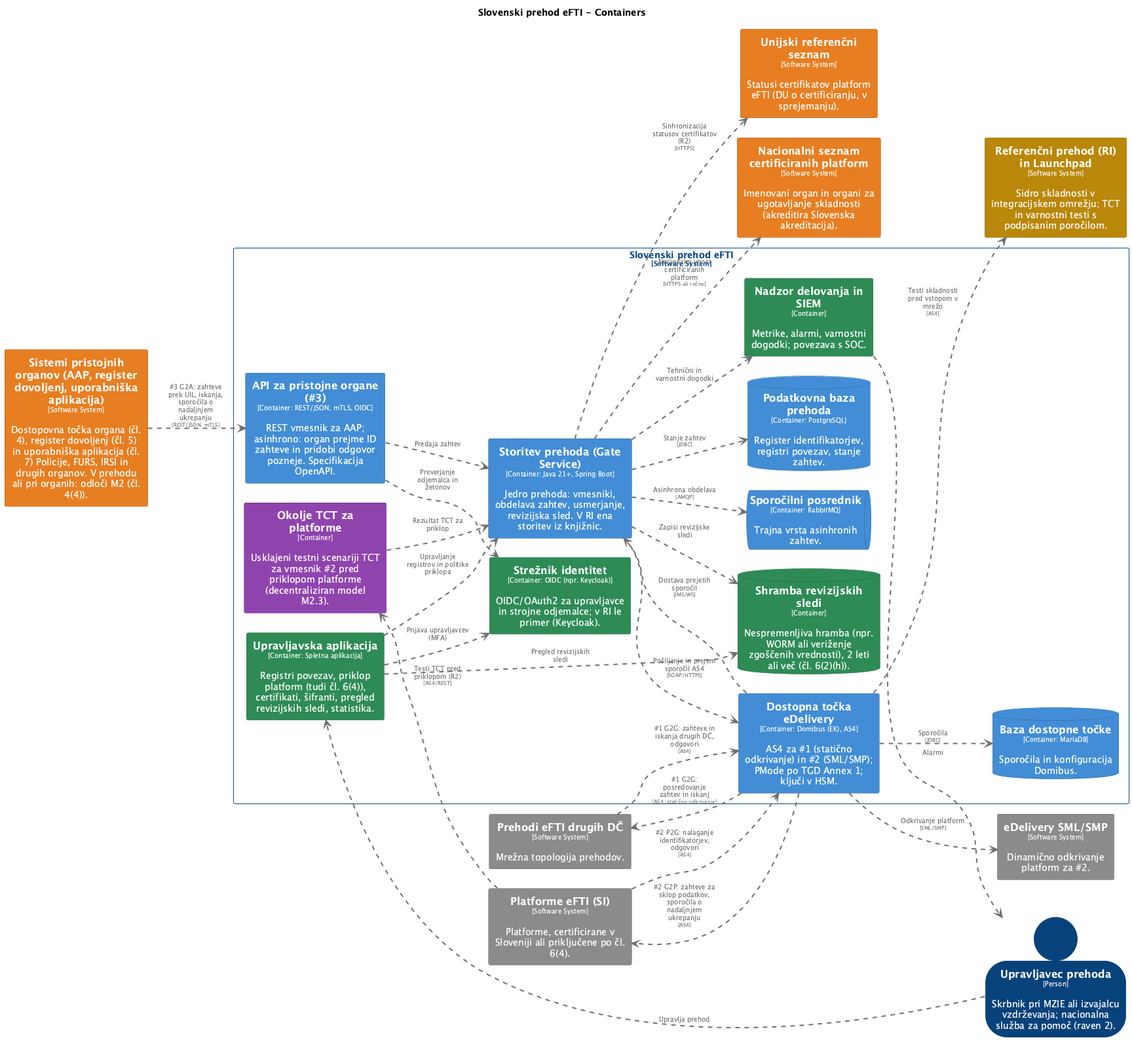
The PlantUML diagram architecture/diagrams/structurizr-C2-Vsebniki.png in UM-KGPI/eFTI-Gate-SI, before a commit.
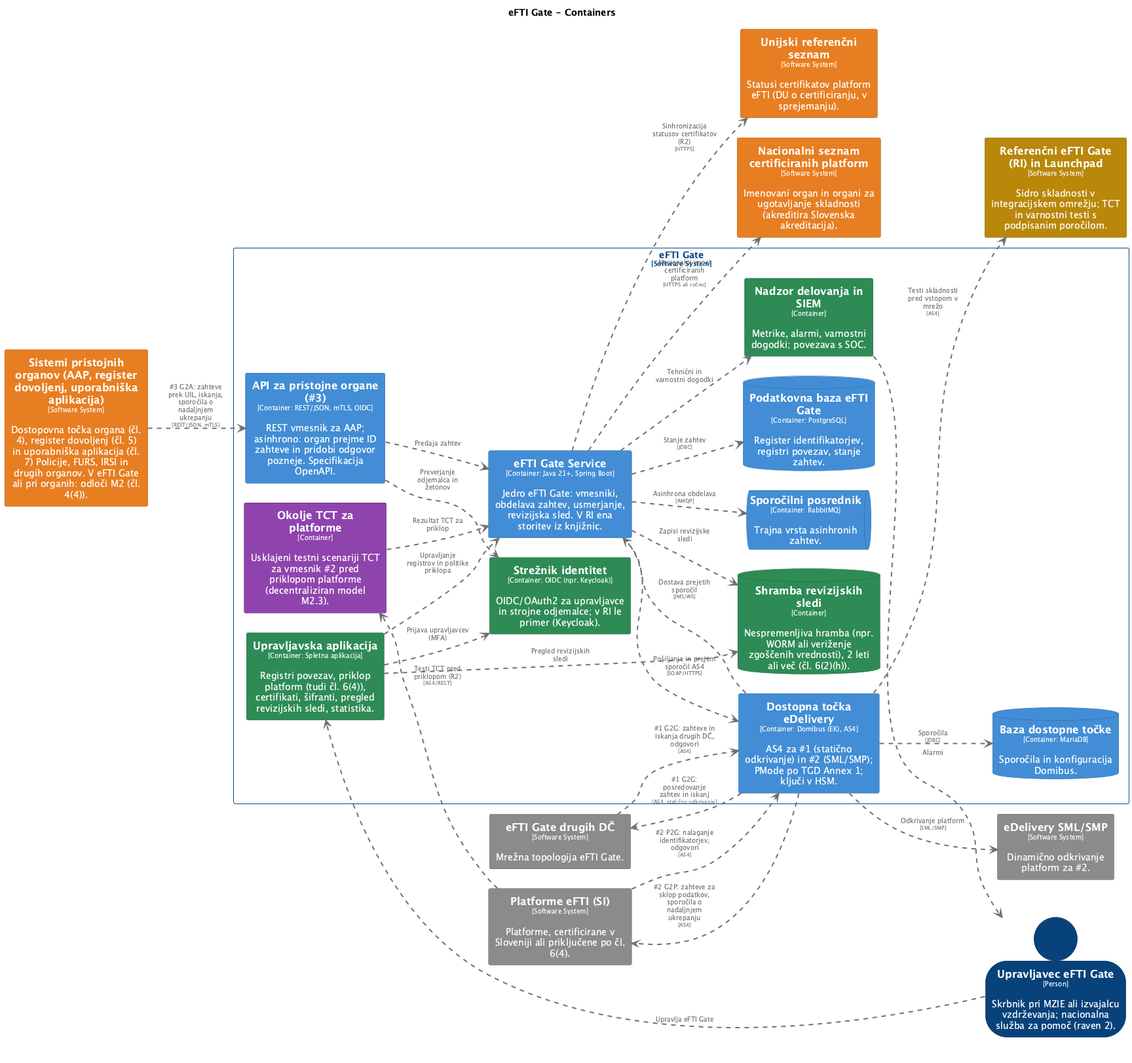
The same file after the commit.

The edit, as a diff of the source:
```diff
@@ -1,6 +1,6 @@
 @startuml
 set separator none
-title Slovenski prehod eFTI - Containers
+title eFTI Gate - Containers
 
 left to right direction
 skinparam ranksep 60
@@ -15,19 +15,19 @@
 
 hide stereotype
 
-skinparam rectangle<<SlovenskiprehodeFTI.APIzapristojneorgane3>> {
+skinparam rectangle<<eFTIGate.APIzapristojneorgane3>> {
   BackgroundColor #438dd5
   FontColor #ffffff
   BorderColor #2e6295
   shadowing false
 }
-skinparam database<<SlovenskiprehodeFTI.Bazadostopnetočke>> {
+skinparam database<<eFTIGate.Bazadostopnetočke>> {
   BackgroundColor #438dd5
   FontColor #ffffff
   BorderColor #2e6295
   shadowing false
 }
-skinparam rectangle<<SlovenskiprehodeFTI.DostopnatočkaeDelivery>> {
+skinparam rectangle<<eFTIGate.DostopnatočkaeDelivery>> {
   BackgroundColor #438dd5
   FontColor #ffffff
   BorderColor #2e6295
@@ -39,13 +39,13 @@
   BorderColor #a15817
   shadowing false
 }
-skinparam rectangle<<SlovenskiprehodeFTI.NadzordelovanjainSIEM>> {
+skinparam rectangle<<eFTIGate.NadzordelovanjainSIEM>> {
   BackgroundColor #2e8b57
   FontColor #ffffff
   BorderColor #20613c
   shadowing false
 }
-skinparam rectangle<<SlovenskiprehodeFTI.OkoljeTCTzaplatforme>> {
+skinparam rectangle<<eFTIGate.OkoljeTCTzaplatforme>> {
   BackgroundColor #8e44ad
   FontColor #ffffff
   BorderColor #632f79
@@ -57,25 +57,19 @@
   BorderColor #606060
   shadowing false
 }
-skinparam database<<SlovenskiprehodeFTI.Podatkovnabazaprehoda>> {
+skinparam database<<eFTIGate.PodatkovnabazaeFTIGate>> {
   BackgroundColor #438dd5
   FontColor #ffffff
   BorderColor #2e6295
   shadowing false
 }
-skinparam rectangle<<PrehodieFTIdrugihDČ>> {
-  BackgroundColor #8a8a8a
-  FontColor #ffffff
-  BorderColor #606060
-  shadowing false
-}
-skinparam rectangle<<ReferenčniprehodRIinLaunchpad>> {
+skinparam rectangle<<ReferenčnieFTIGateRIinLaunchpad>> {
   BackgroundColor #b8860b
   FontColor #ffffff
   BorderColor #805d07
   shadowing false
 }
-skinparam database<<SlovenskiprehodeFTI.Shrambarevizijskihsledi>> {
+skinparam database<<eFTIGate.Shrambarevizijskihsledi>> {
   BackgroundColor #2e8b57
   FontColor #ffffff
   BorderColor #20613c
@@ -87,19 +81,13 @@
   BorderColor #a15817
   shadowing false
 }
-skinparam queue<<SlovenskiprehodeFTI.Sporočilniposrednik>> {
+skinparam queue<<eFTIGate.Sporočilniposrednik>> {
   BackgroundColor #438dd5
   FontColor #ffffff
   BorderColor #2e6295
   shadowing false
 }
-skinparam rectangle<<SlovenskiprehodeFTI.StoritevprehodaGateService>> {
-  BackgroundColor #438dd5
-  FontColor #ffffff
-  BorderColor #2e6295
-  shadowing false
-}
-skinparam rectangle<<SlovenskiprehodeFTI.Strežnikidentitet>> {
+skinparam rectangle<<eFTIGate.Strežnikidentitet>> {
   BackgroundColor #2e8b57
   FontColor #ffffff
   BorderColor #20613c
@@ -111,13 +99,13 @@
   BorderColor #a15817
   shadowing false
 }
-skinparam person<<Upravljavecprehoda>> {
+skinparam person<<UpravljaveceFTIGate>> {
   BackgroundColor #08427b
   FontColor #ffffff
   BorderColor #052e56
   shadowing false
 }
-skinparam rectangle<<SlovenskiprehodeFTI.Upravljavskaaplikacija>> {
+skinparam rectangle<<eFTIGate.Upravljavskaaplikacija>> {
   BackgroundColor #2e8b57
   FontColor #ffffff
   BorderColor #20613c
@@ -129,58 +117,70 @@
   BorderColor #606060
   shadowing false
 }
-skinparam rectangle<<SlovenskiprehodeFTI>> {
+skinparam rectangle<<eFTIGate.eFTIGateService>> {
+  BackgroundColor #438dd5
+  FontColor #ffffff
+  BorderColor #2e6295
+  shadowing false
+}
+skinparam rectangle<<eFTIGatedrugihDČ>> {
+  BackgroundColor #8a8a8a
+  FontColor #ffffff
+  BorderColor #606060
+  shadowing false
+}
+skinparam rectangle<<eFTIGate>> {
   BorderColor #0b4884
   FontColor #0b4884
   shadowing false
 }
 
-person "==Upravljavec prehoda\n<size:10>[Person]</size>\n\nSkrbnik pri MZIE ali izvajalcu vzdrževanja; nacionalna služba za pomoč (raven 2)." <<Upravljavecprehoda>> as Upravljavecprehoda
-rectangle "==Sistemi pristojnih organov (AAP, register dovoljenj, uporabniška aplikacija)\n<size:10>[Software System]</size>\n\nDostopovna točka organa (čl. 4), register dovoljenj (čl. 5) in uporabniška aplikacija (čl. 7) Policije, FURS, IRSI in drugih organov. V prehodu ali pri organih: odloči M2 (čl. 4(4))." <<SistemipristojnihorganovAAPregisterdovoljenjuporabniškaaplikacija>> as SistemipristojnihorganovAAPregisterdovoljenjuporabniškaaplikacija
+person "==Upravljavec eFTI Gate\n<size:10>[Person]</size>\n\nSkrbnik pri MZIE ali izvajalcu vzdrževanja; nacionalna služba za pomoč (raven 2)." <<UpravljaveceFTIGate>> as UpravljaveceFTIGate
+rectangle "==Sistemi pristojnih organov (AAP, register dovoljenj, uporabniška aplikacija)\n<size:10>[Software System]</size>\n\nDostopovna točka organa (čl. 4), register dovoljenj (čl. 5) in uporabniška aplikacija (čl. 7) Policije, FURS, IRSI in drugih organov. V eFTI Gate ali pri organih: odloči M2 (čl. 4(4))." <<SistemipristojnihorganovAAPregisterdovoljenjuporabniškaaplikacija>> as SistemipristojnihorganovAAPregisterdovoljenjuporabniškaaplikacija
 rectangle "==Platforme eFTI (SI)\n<size:10>[Software System]</size>\n\nPlatforme, certificirane v Sloveniji ali priključene po čl. 6(4)." <<PlatformeeFTISI>> as PlatformeeFTISI
 rectangle "==Nacionalni seznam certificiranih platform\n<size:10>[Software System]</size>\n\nImenovani organ in organi za ugotavljanje skladnosti (akreditira Slovenska akreditacija)." <<Nacionalniseznamcertificiranihplatform>> as Nacionalniseznamcertificiranihplatform
-rectangle "==Prehodi eFTI drugih DČ\n<size:10>[Software System]</size>\n\nMrežna topologija prehodov." <<PrehodieFTIdrugihDČ>> as PrehodieFTIdrugihDČ
+rectangle "==eFTI Gate drugih DČ\n<size:10>[Software System]</size>\n\nMrežna topologija eFTI Gate." <<eFTIGatedrugihDČ>> as eFTIGatedrugihDČ
 rectangle "==Unijski referenčni seznam\n<size:10>[Software System]</size>\n\nStatusi certifikatov platform eFTI (DU o certificiranju, v sprejemanju)." <<Unijskireferenčniseznam>> as Unijskireferenčniseznam
 rectangle "==eDelivery SML/SMP\n<size:10>[Software System]</size>\n\nDinamično odkrivanje platform za #2." <<eDeliverySMLSMP>> as eDeliverySMLSMP
-rectangle "==Referenčni prehod (RI) in Launchpad\n<size:10>[Software System]</size>\n\nSidro skladnosti v integracijskem omrežju; TCT in varnostni testi s podpisanim poročilom." <<ReferenčniprehodRIinLaunchpad>> as ReferenčniprehodRIinLaunchpad
+rectangle "==Referenčni eFTI Gate (RI) in Launchpad\n<size:10>[Software System]</size>\n\nSidro skladnosti v integracijskem omrežju; TCT in varnostni testi s podpisanim poročilom." <<ReferenčnieFTIGateRIinLaunchpad>> as ReferenčnieFTIGateRIinLaunchpad
 
-rectangle "Slovenski prehod eFTI\n<size:10>[Software System]</size>" <<SlovenskiprehodeFTI>> {
-  rectangle "==API za pristojne organe (#3)\n<size:10>[Container: REST/JSON, mTLS, OIDC]</size>\n\nREST vmesnik za AAP; asinhrono: organ prejme ID zahteve in pridobi odgovor pozneje. Specifikacija OpenAPI." <<SlovenskiprehodeFTI.APIzapristojneorgane3>> as SlovenskiprehodeFTI.APIzapristojneorgane3
-  queue "==Sporočilni posrednik\n<size:10>[Container: RabbitMQ]</size>\n\nTrajna vrsta asinhronih zahtev." <<SlovenskiprehodeFTI.Sporočilniposrednik>> as SlovenskiprehodeFTI.Sporočilniposrednik
-  database "==Podatkovna baza prehoda\n<size:10>[Container: PostgreSQL]</size>\n\nRegister identifikatorjev, registri povezav, stanje zahtev." <<SlovenskiprehodeFTI.Podatkovnabazaprehoda>> as SlovenskiprehodeFTI.Podatkovnabazaprehoda
-  rectangle "==Dostopna točka eDelivery\n<size:10>[Container: Domibus (EK), AS4]</size>\n\nAS4 za #1 (statično odkrivanje) in #2 (SML/SMP); PMode po TGD Annex 1; ključi v HSM." <<SlovenskiprehodeFTI.DostopnatočkaeDelivery>> as SlovenskiprehodeFTI.DostopnatočkaeDelivery
-  database "==Baza dostopne točke\n<size:10>[Container: MariaDB]</size>\n\nSporočila in konfiguracija Domibus." <<SlovenskiprehodeFTI.Bazadostopnetočke>> as SlovenskiprehodeFTI.Bazadostopnetočke
-  rectangle "==Strežnik identitet\n<size:10>[Container: OIDC (npr. Keycloak)]</size>\n\nOIDC/OAuth2 za upravljavce in strojne odjemalce; v RI le primer (Keycloak)." <<SlovenskiprehodeFTI.Strežnikidentitet>> as SlovenskiprehodeFTI.Strežnikidentitet
-  rectangle "==Upravljavska aplikacija\n<size:10>[Container: Spletna aplikacija]</size>\n\nRegistri povezav, priklop platform (tudi čl. 6(4)), certifikati, šifranti, pregled revizijskih sledi, statistika." <<SlovenskiprehodeFTI.Upravljavskaaplikacija>> as SlovenskiprehodeFTI.Upravljavskaaplikacija
-  database "==Shramba revizijskih sledi\n<size:10>[Container]</size>\n\nNespremenljiva hramba (npr. WORM ali veriženje zgoščenih vrednosti), 2 leti ali več (čl. 6(2)(h))." <<SlovenskiprehodeFTI.Shrambarevizijskihsledi>> as SlovenskiprehodeFTI.Shrambarevizijskihsledi
-  rectangle "==Nadzor delovanja in SIEM\n<size:10>[Container]</size>\n\nMetrike, alarmi, varnostni dogodki; povezava s SOC." <<SlovenskiprehodeFTI.NadzordelovanjainSIEM>> as SlovenskiprehodeFTI.NadzordelovanjainSIEM
-  rectangle "==Okolje TCT za platforme\n<size:10>[Container]</size>\n\nUsklajeni testni scenariji TCT za vmesnik #2 pred priklopom platforme (decentraliziran model M2.3)." <<SlovenskiprehodeFTI.OkoljeTCTzaplatforme>> as SlovenskiprehodeFTI.OkoljeTCTzaplatforme
-  rectangle "==Storitev prehoda (Gate Service)\n<size:10>[Container: Java 21+, Spring Boot]</size>\n\nJedro prehoda: vmesniki, obdelava zahtev, usmerjanje, revizijska sled. V RI ena storitev iz knjižnic." <<SlovenskiprehodeFTI.StoritevprehodaGateService>> as SlovenskiprehodeFTI.StoritevprehodaGateService
+rectangle "eFTI Gate\n<size:10>[Software System]</size>" <<eFTIGate>> {
+  rectangle "==API za pristojne organe (#3)\n<size:10>[Container: REST/JSON, mTLS, OIDC]</size>\n\nREST vmesnik za AAP; asinhrono: organ prejme ID zahteve in pridobi odgovor pozneje. Specifikacija OpenAPI." <<eFTIGate.APIzapristojneorgane3>> as eFTIGate.APIzapristojneorgane3
+  queue "==Sporočilni posrednik\n<size:10>[Container: RabbitMQ]</size>\n\nTrajna vrsta asinhronih zahtev." <<eFTIGate.Sporočilniposrednik>> as eFTIGate.Sporočilniposrednik
+  database "==Podatkovna baza eFTI Gate\n<size:10>[Container: PostgreSQL]</size>\n\nRegister identifikatorjev, registri povezav, stanje zahtev." <<eFTIGate.PodatkovnabazaeFTIGate>> as eFTIGate.PodatkovnabazaeFTIGate
+  rectangle "==Dostopna točka eDelivery\n<size:10>[Container: Domibus (EK), AS4]</size>\n\nAS4 za #1 (statično odkrivanje) in #2 (SML/SMP); PMode po TGD Annex 1; ključi v HSM." <<eFTIGate.DostopnatočkaeDelivery>> as eFTIGate.DostopnatočkaeDelivery
+  database "==Baza dostopne točke\n<size:10>[Container: MariaDB]</size>\n\nSporočila in konfiguracija Domibus." <<eFTIGate.Bazadostopnetočke>> as eFTIGate.Bazadostopnetočke
+  rectangle "==Strežnik identitet\n<size:10>[Container: OIDC (npr. Keycloak)]</size>\n\nOIDC/OAuth2 za upravljavce in strojne odjemalce; v RI le primer (Keycloak)." <<eFTIGate.Strežnikidentitet>> as eFTIGate.Strežnikidentitet
+  rectangle "==Upravljavska aplikacija\n<size:10>[Container: Spletna aplikacija]</size>\n\nRegistri povezav, priklop platform (tudi čl. 6(4)), certifikati, šifranti, pregled revizijskih sledi, statistika." <<eFTIGate.Upravljavskaaplikacija>> as eFTIGate.Upravljavskaaplikacija
+  database "==Shramba revizijskih sledi\n<size:10>[Container]</size>\n\nNespremenljiva hramba (npr. WORM ali veriženje zgoščenih vrednosti), 2 leti ali več (čl. 6(2)(h))." <<eFTIGate.Shrambarevizijskihsledi>> as eFTIGate.Shrambarevizijskihsledi
+  rectangle "==Nadzor delovanja in SIEM\n<size:10>[Container]</size>\n\nMetrike, alarmi, varnostni dogodki; povezava s SOC." <<eFTIGate.NadzordelovanjainSIEM>> as eFTIGate.NadzordelovanjainSIEM
+  rectangle "==Okolje TCT za platforme\n<size:10>[Container]</size>\n\nUsklajeni testni scenariji TCT za vmesnik #2 pred priklopom platforme (decentraliziran model M2.3)." <<eFTIGate.OkoljeTCTzaplatforme>> as eFTIGate.OkoljeTCTzaplatforme
+  rectangle "==eFTI Gate Service\n<size:10>[Container: Java 21+, Spring Boot]</size>\n\nJedro eFTI Gate: vmesniki, obdelava zahtev, usmerjanje, revizijska sled. V RI ena storitev iz knjižnic." <<eFTIGate.eFTIGateService>> as eFTIGate.eFTIGateService
 }
 
-SlovenskiprehodeFTI.Upravljavskaaplikacija .[#707070,thickness=2].> SlovenskiprehodeFTI.Shrambarevizijskihsledi : "<color:#707070>Pregled revizijskih sledi"
-SlovenskiprehodeFTI.Upravljavskaaplikacija .[#707070,thickness=2].> SlovenskiprehodeFTI.Strežnikidentitet : "<color:#707070>Prijava upravljavcev (MFA)"
-SlovenskiprehodeFTI.OkoljeTCTzaplatforme .[#707070,thickness=2].> SlovenskiprehodeFTI.StoritevprehodaGateService : "<color:#707070>Rezultat TCT za priklop"
-Upravljavecprehoda .[#707070,thickness=2].> SlovenskiprehodeFTI.Upravljavskaaplikacija : "<color:#707070>Upravlja prehod"
-SlovenskiprehodeFTI.NadzordelovanjainSIEM .[#707070,thickness=2].> Upravljavecprehoda : "<color:#707070>Alarmi"
-SistemipristojnihorganovAAPregisterdovoljenjuporabniškaaplikacija .[#707070,thickness=2].> SlovenskiprehodeFTI.APIzapristojneorgane3 : "<color:#707070>#3 G2A: zahteve prek UIL, iskanja, sporočila o nadaljnjem ukrepanju\n<color:#707070><size:8>[REST/JSON, mTLS]</size>"
-SlovenskiprehodeFTI.DostopnatočkaeDelivery .[#707070,thickness=2].> PlatformeeFTISI : "<color:#707070>#2 G2P: zahteve za sklop podatkov, sporočila o nadaljnjem ukrepanju\n<color:#707070><size:8>[AS4]</size>"
-PlatformeeFTISI .[#707070,thickness=2].> SlovenskiprehodeFTI.DostopnatočkaeDelivery : "<color:#707070>#2 P2G: nalaganje identifikatorjev, odgovori\n<color:#707070><size:8>[AS4]</size>"
-SlovenskiprehodeFTI.DostopnatočkaeDelivery .[#707070,thickness=2].> PrehodieFTIdrugihDČ : "<color:#707070>#1 G2G: posredovanje zahtev in iskanj\n<color:#707070><size:8>[AS4, statično odkrivanje]</size>"
-PrehodieFTIdrugihDČ .[#707070,thickness=2].> SlovenskiprehodeFTI.DostopnatočkaeDelivery : "<color:#707070>#1 G2G: zahteve in iskanja drugih DČ, odgovori\n<color:#707070><size:8>[AS4]</size>"
-SlovenskiprehodeFTI.DostopnatočkaeDelivery .[#707070,thickness=2].> eDeliverySMLSMP : "<color:#707070>Odkrivanje platform\n<color:#707070><size:8>[SML/SMP]</size>"
-SlovenskiprehodeFTI.StoritevprehodaGateService .[#707070,thickness=2].> Unijskireferenčniseznam : "<color:#707070>Sinhronizacija statusov certifikatov (R2)\n<color:#707070><size:8>[HTTPS]</size>"
-SlovenskiprehodeFTI.StoritevprehodaGateService .[#707070,thickness=2].> Nacionalniseznamcertificiranihplatform : "<color:#707070>Nacionalni vnosi certificiranih platform\n<color:#707070><size:8>[HTTPS ali ročno]</size>"
-SlovenskiprehodeFTI.DostopnatočkaeDelivery .[#707070,thickness=2].> ReferenčniprehodRIinLaunchpad : "<color:#707070>Testi skladnosti pred vstopom v mrežo\n<color:#707070><size:8>[AS4]</size>"
-PlatformeeFTISI .[#707070,thickness=2].> SlovenskiprehodeFTI.OkoljeTCTzaplatforme : "<color:#707070>Testi TCT pred priklopom (R2)\n<color:#707070><size:8>[AS4/REST]</size>"
-SlovenskiprehodeFTI.APIzapristojneorgane3 .[#707070,thickness=2].> SlovenskiprehodeFTI.StoritevprehodaGateService : "<color:#707070>Predaja zahtev"
-SlovenskiprehodeFTI.APIzapristojneorgane3 .[#707070,thickness=2].> SlovenskiprehodeFTI.Strežnikidentitet : "<color:#707070>Preverjanje odjemalca in žetonov"
-SlovenskiprehodeFTI.StoritevprehodaGateService .[#707070,thickness=2].> SlovenskiprehodeFTI.Sporočilniposrednik : "<color:#707070>Asinhrona obdelava\n<color:#707070><size:8>[AMQP]</size>"
-SlovenskiprehodeFTI.StoritevprehodaGateService .[#707070,thickness=2].> SlovenskiprehodeFTI.Podatkovnabazaprehoda : "<color:#707070>Stanje zahtev\n<color:#707070><size:8>[JDBC]</size>"
-SlovenskiprehodeFTI.StoritevprehodaGateService .[#707070,thickness=2].> SlovenskiprehodeFTI.DostopnatočkaeDelivery : "<color:#707070>Pošiljanje in prejem sporočil AS4\n<color:#707070><size:8>[SOAP/HTTPS]</size>"
-SlovenskiprehodeFTI.DostopnatočkaeDelivery .[#707070,thickness=2].> SlovenskiprehodeFTI.StoritevprehodaGateService : "<color:#707070>Dostava prejetih sporočil\n<color:#707070><size:8>[JMS/WS]</size>"
-SlovenskiprehodeFTI.DostopnatočkaeDelivery .[#707070,thickness=2].> SlovenskiprehodeFTI.Bazadostopnetočke : "<color:#707070>Sporočila\n<color:#707070><size:8>[JDBC]</size>"
-SlovenskiprehodeFTI.StoritevprehodaGateService .[#707070,thickness=2].> SlovenskiprehodeFTI.Shrambarevizijskihsledi : "<color:#707070>Zapisi revizijske sledi"
-SlovenskiprehodeFTI.StoritevprehodaGateService .[#707070,thickness=2].> SlovenskiprehodeFTI.NadzordelovanjainSIEM : "<color:#707070>Tehnični in varnostni dogodki"
-SlovenskiprehodeFTI.Upravljavskaaplikacija .[#707070,thickness=2].> SlovenskiprehodeFTI.StoritevprehodaGateService : "<color:#707070>Upravljanje registrov in politike priklopa"
+eFTIGate.Upravljavskaaplikacija .[#707070,thickness=2].> eFTIGate.Shrambarevizijskihsledi : "<color:#707070>Pregled revizijskih sledi"
+eFTIGate.Upravljavskaaplikacija .[#707070,thickness=2].> eFTIGate.Strežnikidentitet : "<color:#707070>Prijava upravljavcev (MFA)"
+eFTIGate.OkoljeTCTzaplatforme .[#707070,thickness=2].> eFTIGate.eFTIGateService : "<color:#707070>Rezultat TCT za priklop"
+UpravljaveceFTIGate .[#707070,thickness=2].> eFTIGate.Upravljavskaaplikacija : "<color:#707070>Upravlja eFTI Gate"
+eFTIGate.NadzordelovanjainSIEM .[#707070,thickness=2].> UpravljaveceFTIGate : "<color:#707070>Alarmi"
+SistemipristojnihorganovAAPregisterdovoljenjuporabniškaaplikacija .[#707070,thickness=2].> eFTIGate.APIzapristojneorgane3 : "<color:#707070>#3 G2A: zahteve prek UIL, iskanja, sporočila o nadaljnjem ukrepanju\n<color:#707070><size:8>[REST/JSON, mTLS]</size>"
+eFTIGate.DostopnatočkaeDelivery .[#707070,thickness=2].> PlatformeeFTISI : "<color:#707070>#2 G2P: zahteve za sklop podatkov, sporočila o nadaljnjem ukrepanju\n<color:#707070><size:8>[AS4]</size>"
+PlatformeeFTISI .[#707070,thickness=2].> eFTIGate.DostopnatočkaeDelivery : "<color:#707070>#2 P2G: nalaganje identifikatorjev, odgovori\n<color:#707070><size:8>[AS4]</size>"
+eFTIGate.DostopnatočkaeDelivery .[#707070,thickness=2].> eFTIGatedrugihDČ : "<color:#707070>#1 G2G: posredovanje zahtev in iskanj\n<color:#707070><size:8>[AS4, statično odkrivanje]</size>"
+eFTIGatedrugihDČ .[#707070,thickness=2].> eFTIGate.DostopnatočkaeDelivery : "<color:#707070>#1 G2G: zahteve in iskanja drugih DČ, odgovori\n<color:#707070><size:8>[AS4]</size>"
+eFTIGate.DostopnatočkaeDelivery .[#707070,thickness=2].> eDeliverySMLSMP : "<color:#707070>Odkrivanje platform\n<color:#707070><size:8>[SML/SMP]</size>"
+eFTIGate.eFTIGateService .[#707070,thickness=2].> Unijskireferenčniseznam : "<color:#707070>Sinhronizacija statusov certifikatov (R2)\n<color:#707070><size:8>[HTTPS]</size>"
+eFTIGate.eFTIGateService .[#707070,thickness=2].> Nacionalniseznamcertificiranihplatform : "<color:#707070>Nacionalni vnosi certificiranih platform\n<color:#707070><size:8>[HTTPS ali ročno]</size>"
+eFTIGate.DostopnatočkaeDelivery .[#707070,thickness=2].> ReferenčnieFTIGateRIinLaunchpad : "<color:#707070>Testi skladnosti pred vstopom v mrežo\n<color:#707070><size:8>[AS4]</size>"
+PlatformeeFTISI .[#707070,thickness=2].> eFTIGate.OkoljeTCTzaplatforme : "<color:#707070>Testi TCT pred priklopom (R2)\n<color:#707070><size:8>[AS4/REST]</size>"
+eFTIGate.APIzapristojneorgane3 .[#707070,thickness=2].> eFTIGate.eFTIGateService : "<color:#707070>Predaja zahtev"
+eFTIGate.APIzapristojneorgane3 .[#707070,thickness=2].> eFTIGate.Strežnikidentitet : "<color:#707070>Preverjanje odjemalca in žetonov"
+eFTIGate.eFTIGateService .[#707070,thickness=2].> eFTIGate.Sporočilniposrednik : "<color:#707070>Asinhrona obdelava\n<color:#707070><size:8>[AMQP]</size>"
+eFTIGate.eFTIGateService .[#707070,thickness=2].> eFTIGate.PodatkovnabazaeFTIGate : "<color:#707070>Stanje zahtev\n<color:#707070><size:8>[JDBC]</size>"
+eFTIGate.eFTIGateService .[#707070,thickness=2].> eFTIGate.DostopnatočkaeDelivery : "<color:#707070>Pošiljanje in prejem sporočil AS4\n<color:#707070><size:8>[SOAP/HTTPS]</size>"
+eFTIGate.DostopnatočkaeDelivery .[#707070,thickness=2].> eFTIGate.eFTIGateService : "<color:#707070>Dostava prejetih sporočil\n<color:#707070><size:8>[JMS/WS]</size>"
+eFTIGate.DostopnatočkaeDelivery .[#707070,thickness=2].> eFTIGate.Bazadostopnetočke : "<color:#707070>Sporočila\n<color:#707070><size:8>[JDBC]</size>"
+eFTIGate.eFTIGateService .[#707070,thickness=2].> eFTIGate.Shrambarevizijskihsledi : "<color:#707070>Zapisi revizijske sledi"
+eFTIGate.eFTIGateService .[#707070,thickness=2].> eFTIGate.NadzordelovanjainSIEM : "<color:#707070>Tehnični in varnostni dogodki"
+eFTIGate.Upravljavskaaplikacija .[#707070,thickness=2].> eFTIGate.eFTIGateService : "<color:#707070>Upravljanje registrov in politike priklopa"
 @enduml
```
